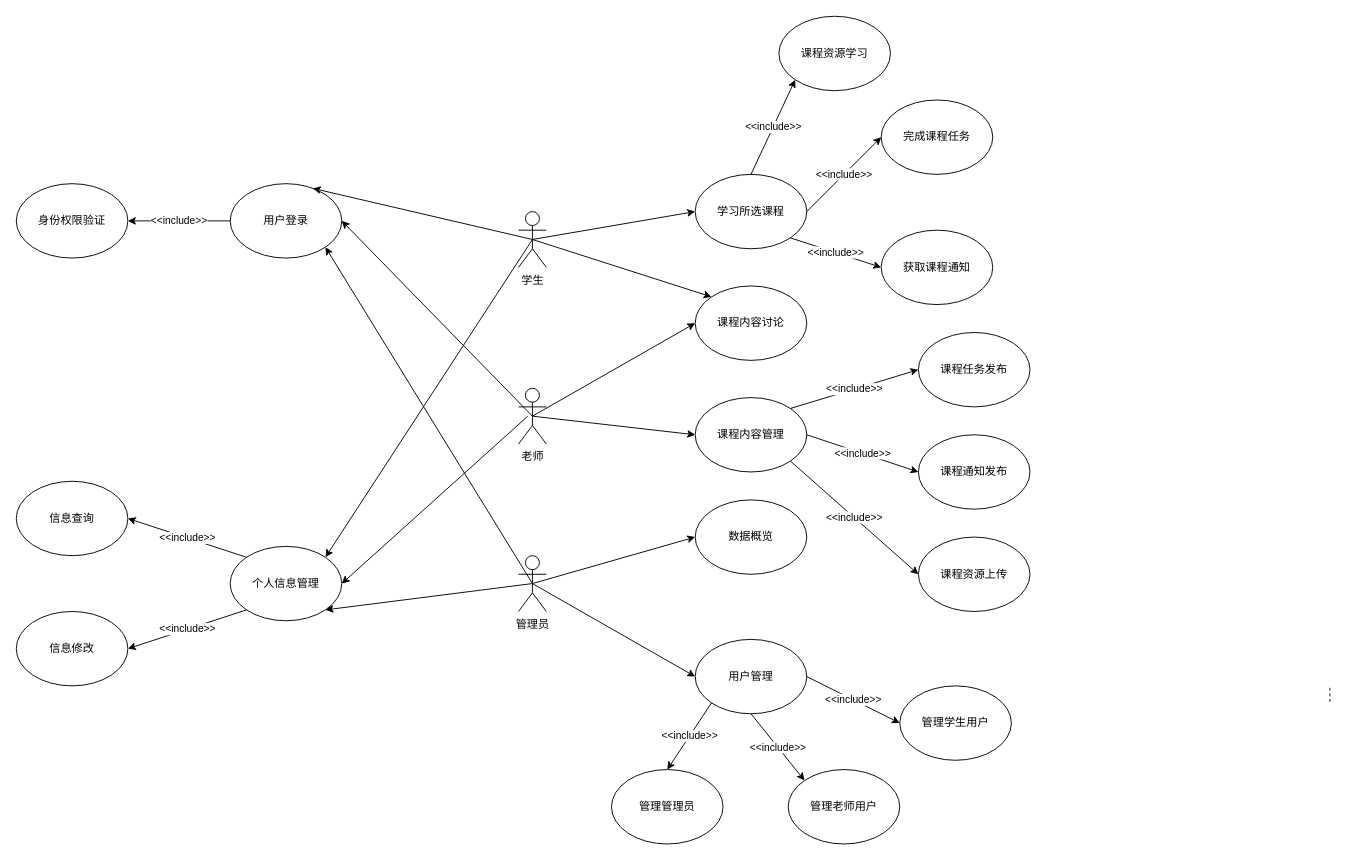
The draw.io diagram 未命名绘图.drawio in YuChenLiao/UML, before the edit. Source tidied: cells renumbered, new cells numbered last; positions are measured from the earlier drawing's top-left corner, leaving out a move shared by most shapes. Both pictures are drawn from the tidied source at 93%, with x=0, y=0 at pixel (16, 16).
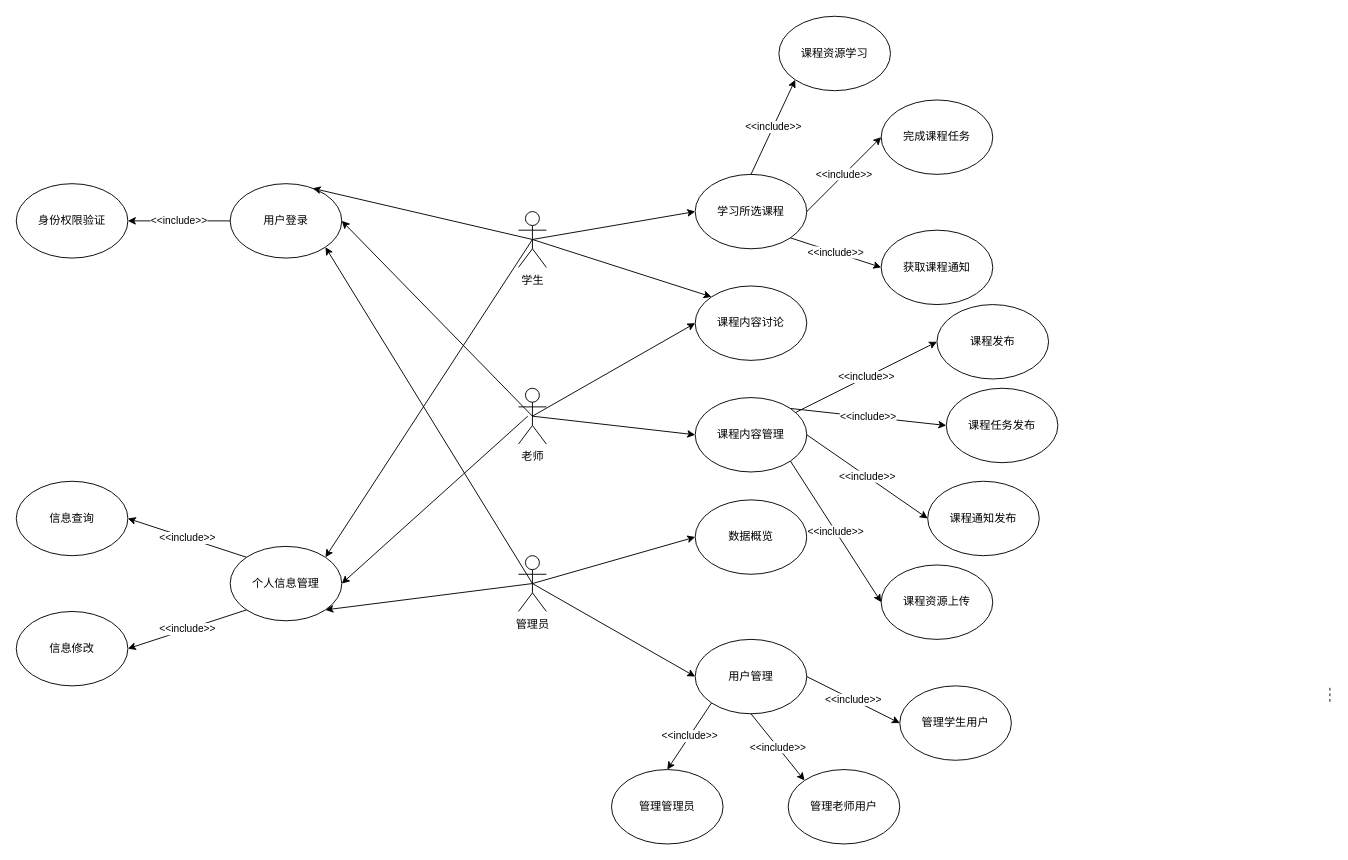
The same diagram, later.

Commit message:
更新未命名绘图.drawio

Unchanged cells that the change refers to:
```xml
<mxCell id="16" value="课程内容管理" style="ellipse;whiteSpace=wrap;html=1;" parent="1" vertex="1">
  <mxGeometry x="730" y="410" width="120" height="80" as="geometry" />
</mxCell>
```

Change to the diagram source:
```diff
@@
     <mxCell id="34" value="课程任务发布" style="ellipse;whiteSpace=wrap;html=1;" parent="1" vertex="1">
-      <mxGeometry x="970" y="340" width="120" height="80" as="geometry" />
+      <mxGeometry x="1000" y="400" width="120" height="80" as="geometry" />
     </mxCell>
     <mxCell id="35" value="课程通知发布" style="ellipse;whiteSpace=wrap;html=1;" parent="1" vertex="1">
-      <mxGeometry x="970" y="450" width="120" height="80" as="geometry" />
+      <mxGeometry x="980" y="500" width="120" height="80" as="geometry" />
     </mxCell>
     <mxCell id="36" value="课程资源上传" style="ellipse;whiteSpace=wrap;html=1;" parent="1" vertex="1">
-      <mxGeometry x="970" y="560" width="120" height="80" as="geometry" />
+      <mxGeometry x="930" y="590" width="120" height="80" as="geometry" />
     </mxCell>
@@
+    <mxCell id="49" value="课程发布" style="ellipse;whiteSpace=wrap;html=1;" parent="1" vertex="1">
+      <mxGeometry x="990" y="310" width="120" height="80" as="geometry" />
+    </mxCell>
+    <mxCell id="50" value="&amp;lt;&amp;lt;include&amp;gt;&amp;gt;" style="endArrow=classic;html=1;rounded=0;entryX=0;entryY=0.5;entryDx=0;entryDy=0;" parent="1" edge="1" source="16" target="49">
+      <mxGeometry relative="1" as="geometry" />
+    </mxCell>
```
